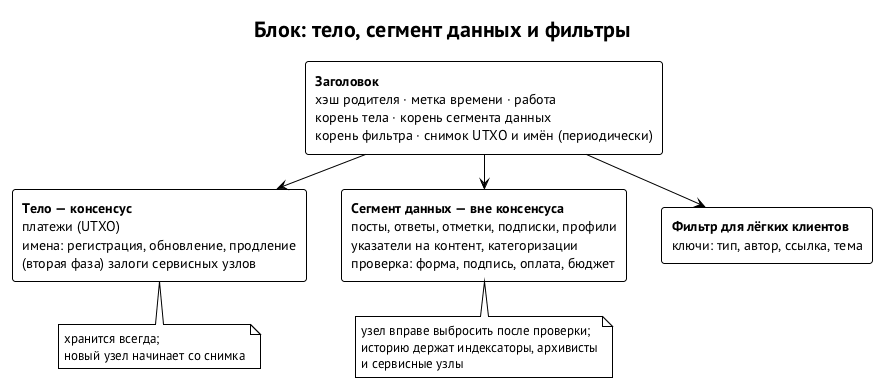
This is book/diagrams/block-anatomy.png from relux-works/swarma-docs, a PlantUML export, as it was before one commit.
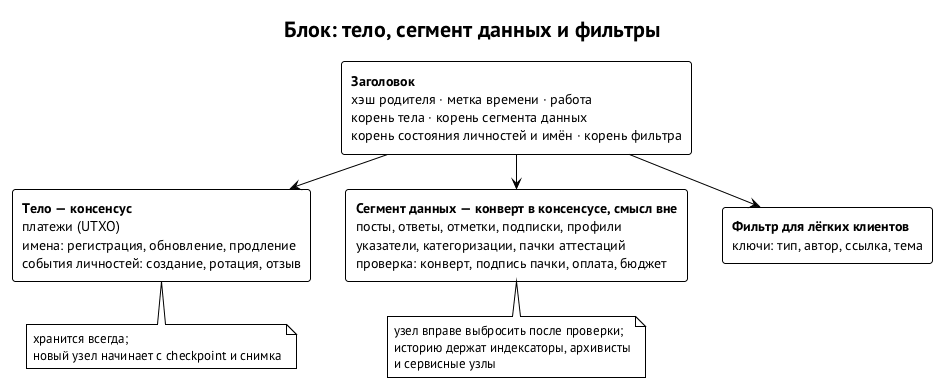
Above is the later version.

Change to the diagram source:
```diff
@@ -7,16 +7,16 @@
 skinparam ranksep 35
 title Блок: тело, сегмент данных и фильтры
 
-rectangle "**Заголовок**\nхэш родителя · метка времени · работа\nкорень тела · корень сегмента данных\nкорень фильтра · снимок UTXO и имён (периодически)" as H
+rectangle "**Заголовок**\nхэш родителя · метка времени · работа\nкорень тела · корень сегмента данных\nкорень состояния личностей и имён · корень фильтра" as H
 
-rectangle "**Тело — консенсус**\nплатежи (UTXO)\nимена: регистрация, обновление, продление\n(вторая фаза) залоги сервисных узлов" as B
-rectangle "**Сегмент данных — вне консенсуса**\nпосты, ответы, отметки, подписки, профили\nуказатели на контент, категоризации\nпроверка: форма, подпись, оплата, бюджет" as D
+rectangle "**Тело — консенсус**\nплатежи (UTXO)\nимена: регистрация, обновление, продление\nсобытия личностей: создание, ротация, отзыв" as B
+rectangle "**Сегмент данных — конверт в консенсусе, смысл вне**\nпосты, ответы, отметки, подписки, профили\nуказатели, категоризации, пачки аттестаций\nпроверка: конверт, подпись пачки, оплата, бюджет" as D
 rectangle "**Фильтр для лёгких клиентов**\nключи: тип, автор, ссылка, тема" as F
 
 H -down-> B
 H -down-> D
 H -down-> F
 
-note bottom of B : хранится всегда;\nновый узел начинает со снимка
+note bottom of B : хранится всегда;\nновый узел начинает с checkpoint и снимка
 note bottom of D : узел вправе выбросить после проверки;\nисторию держат индексаторы, архивисты\nи сервисные узлы
 @enduml
```
